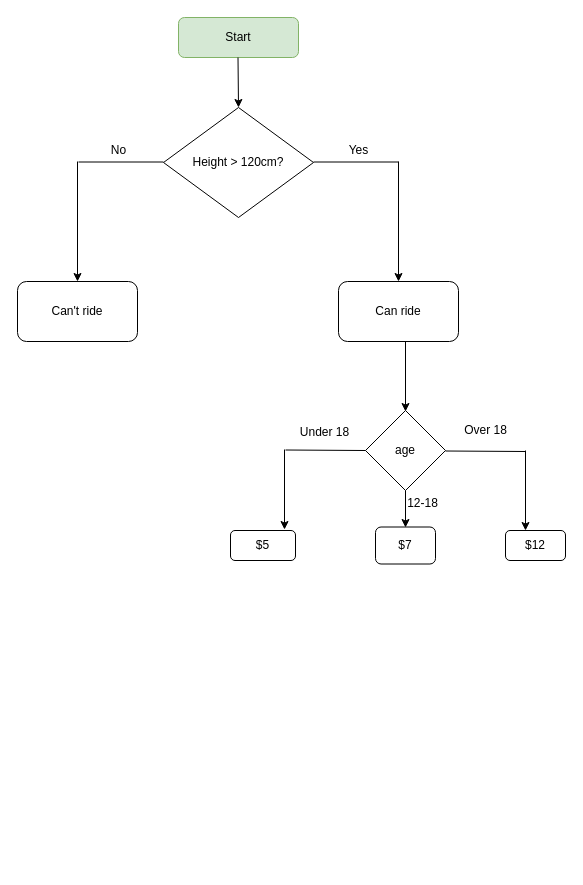
The draw.io diagram python/day3/rollacosta.drawio in bavinclint/100DayOfCode, before the edit. Source tidied: cells renumbered, new cells numbered last; positions are measured from the earlier drawing's top-left corner, leaving out a move shared by most shapes. Both pictures are drawn from the tidied source at 100%, with x=0, y=0 at pixel (17, 17).
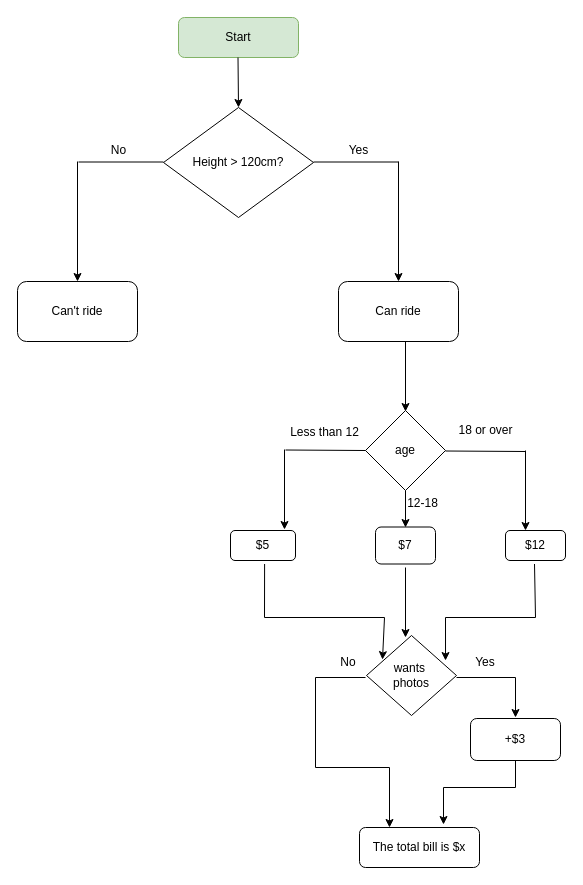
After the change.

What changed in the source:
```diff
@@
-    <mxCell id="17" value="Over 18" style="text;html=1;align=center;verticalAlign=middle;strokeColor=none;fillColor=none;" parent="1" vertex="1">
-      <mxGeometry x="433" y="398" width="70" height="30" as="geometry" />
+    <mxCell id="17" value="18 or over" style="text;html=1;align=center;verticalAlign=middle;strokeColor=none;fillColor=none;" parent="1" vertex="1">
+      <mxGeometry x="428" y="398" width="80" height="30" as="geometry" />
     </mxCell>
@@
-    <mxCell id="20" value="Under 18" style="text;html=1;align=center;verticalAlign=middle;strokeColor=none;fillColor=none;" parent="1" vertex="1">
-      <mxGeometry x="272" y="400" width="70" height="30" as="geometry" />
+    <mxCell id="20" value="Less than 12" style="text;html=1;align=center;verticalAlign=middle;strokeColor=none;fillColor=none;" parent="1" vertex="1">
+      <mxGeometry x="262" y="400" width="90" height="30" as="geometry" />
     </mxCell>
@@
+    <mxCell id="26" value="wants&amp;nbsp;&lt;br&gt;photos" style="rhombus;whiteSpace=wrap;html=1;" parent="1" vertex="1">
+      <mxGeometry x="349" y="618" width="90" height="80" as="geometry" />
+    </mxCell>
+    <mxCell id="27" style="endArrow=classic;html=1;rounded=0;" parent="1" edge="1">
+      <mxGeometry relative="1" as="geometry">
+        <mxPoint x="388" y="550" as="sourcePoint" />
+        <mxPoint x="388" y="620" as="targetPoint" />
+      </mxGeometry>
+    </mxCell>
+    <mxCell id="28" style="endArrow=classic;html=1;rounded=0;" parent="1" edge="1">
+      <mxGeometry relative="1" as="geometry">
+        <mxPoint x="247.1" y="546.5" as="sourcePoint" />
+        <mxPoint x="365" y="642.1" as="targetPoint" />
+        <Array as="points">
+          <mxPoint x="247" y="600" />
+          <mxPoint x="367" y="600" />
+        </Array>
+      </mxGeometry>
+    </mxCell>
+    <mxCell id="29" style="endArrow=classic;html=1;rounded=0;entryX=0.878;entryY=0.313;entryDx=0;entryDy=0;entryPerimeter=0;" parent="1" edge="1" target="26">
+      <mxGeometry relative="1" as="geometry">
+        <mxPoint x="517" y="546.5" as="sourcePoint" />
+        <Array as="points">
+          <mxPoint x="518" y="600" />
+          <mxPoint x="428" y="600" />
+        </Array>
+      </mxGeometry>
+    </mxCell>
+    <mxCell id="30" value="The total bill is $x" style="rounded=1;whiteSpace=wrap;html=1;" parent="1" vertex="1">
+      <mxGeometry x="342" y="810" width="120" height="40" as="geometry" />
+    </mxCell>
+    <mxCell id="31" style="endArrow=classic;html=1;rounded=0;entryX=0.25;entryY=0;entryDx=0;entryDy=0;" parent="1" edge="1" target="30">
+      <mxGeometry relative="1" as="geometry">
+        <mxPoint x="348" y="660" as="sourcePoint" />
+        <Array as="points">
+          <mxPoint x="298" y="660" />
+          <mxPoint x="298" y="750" />
+          <mxPoint x="372" y="750" />
+        </Array>
+      </mxGeometry>
+    </mxCell>
+    <mxCell id="32" value="+$3" style="rounded=1;whiteSpace=wrap;html=1;" parent="1" vertex="1">
+      <mxGeometry x="453" y="701" width="90" height="42" as="geometry" />
+    </mxCell>
+    <mxCell id="33" style="endArrow=classic;html=1;rounded=0;" parent="1" edge="1">
+      <mxGeometry relative="1" as="geometry">
+        <mxPoint x="439" y="660" as="sourcePoint" />
+        <mxPoint x="498" y="700" as="targetPoint" />
+        <Array as="points">
+          <mxPoint x="498" y="660" />
+        </Array>
+      </mxGeometry>
+    </mxCell>
+    <mxCell id="34" style="endArrow=classic;html=1;rounded=0;entryX=0.7;entryY=-0.075;entryDx=0;entryDy=0;entryPerimeter=0;" parent="1" edge="1" target="30">
+      <mxGeometry relative="1" as="geometry">
+        <mxPoint x="498" y="743" as="sourcePoint" />
+        <Array as="points">
+          <mxPoint x="498" y="770" />
+          <mxPoint x="426" y="770" />
+        </Array>
+      </mxGeometry>
+    </mxCell>
+    <mxCell id="35" value="Yes" style="text;html=1;strokeColor=none;fillColor=none;align=center;verticalAlign=middle;whiteSpace=wrap;rounded=0;" parent="1" vertex="1">
+      <mxGeometry x="438" y="630" width="60" height="30" as="geometry" />
+    </mxCell>
+    <mxCell id="36" value="No" style="text;html=1;strokeColor=none;fillColor=none;align=center;verticalAlign=middle;whiteSpace=wrap;rounded=0;" parent="1" vertex="1">
+      <mxGeometry x="301" y="630" width="60" height="30" as="geometry" />
+    </mxCell>
```
